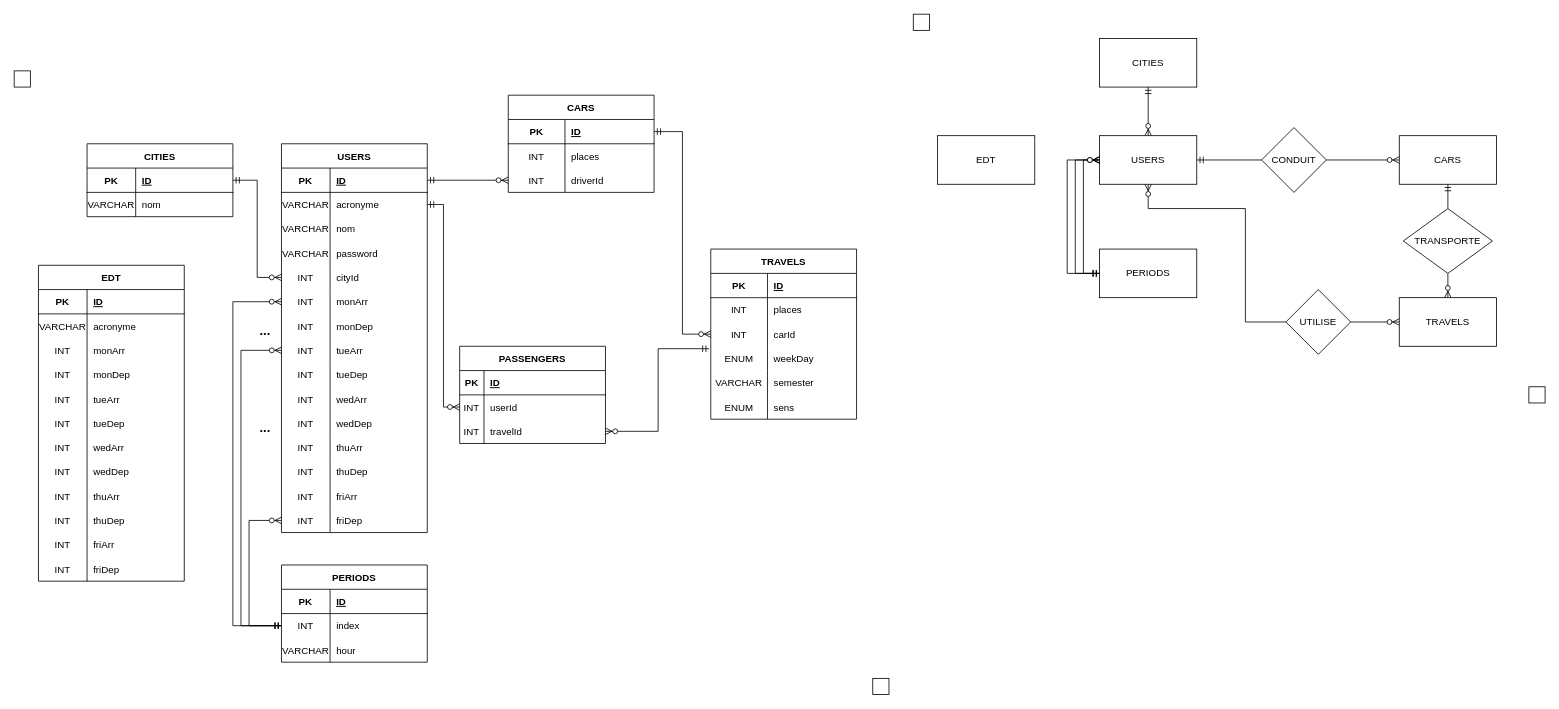
Above: Documents/mld.drawio in Jerome-JJT/CPNVoiturage (draw.io), before the change. Source tidied: cells renumbered, new cells numbered last; positions are measured from the earlier drawing's top-left corner, leaving out a move shared by most shapes. Both pictures are drawn from the tidied source at 81%, with x=0, y=0 at pixel (14, 14).
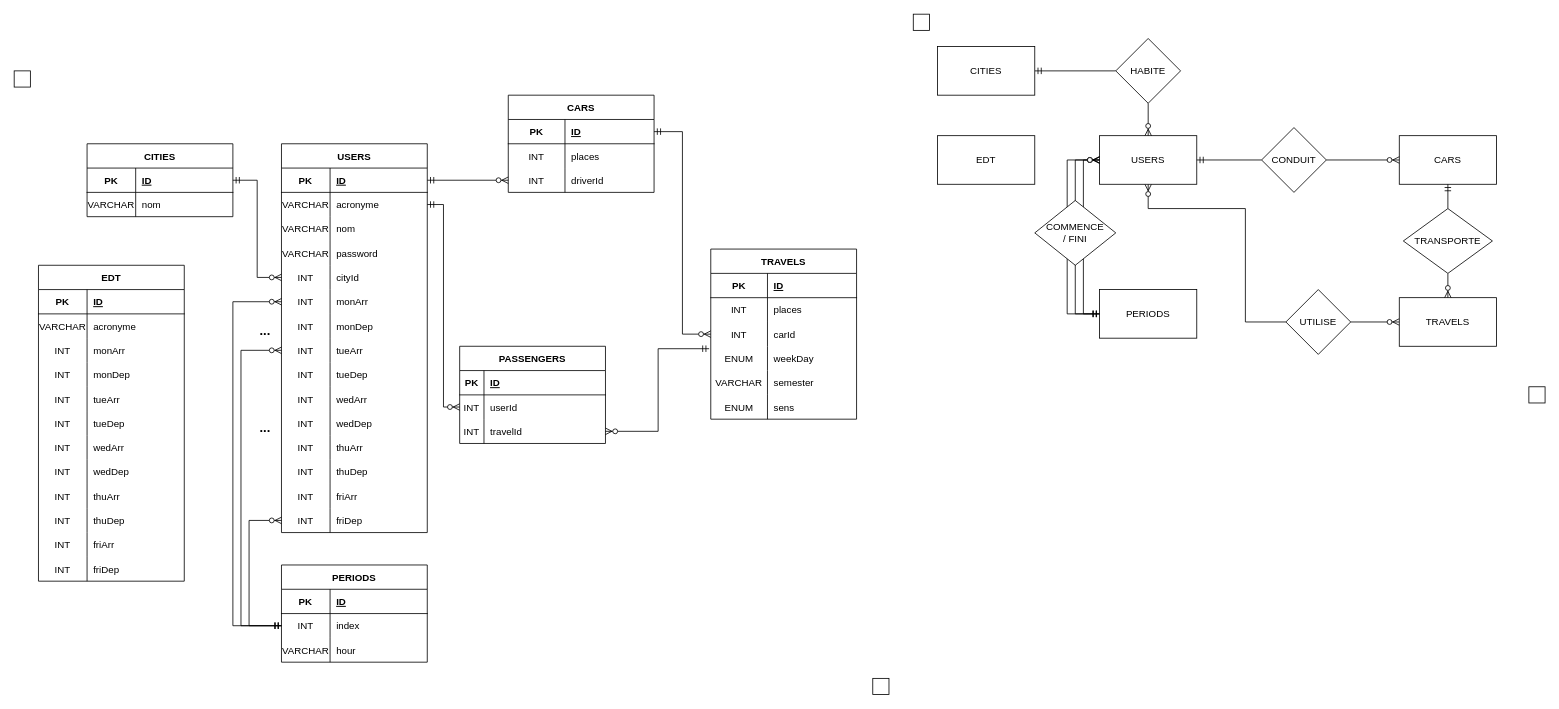
After the change.

Unchanged cells that the change refers to:
```xml
<mxCell id="79" value="USERS" style="rounded=0;whiteSpace=wrap;html=1;" parent="1" vertex="1">
  <mxGeometry x="1340" y="150" width="120" height="60" as="geometry" />
</mxCell>
```

Diff of the diagram source:
```diff
@@
-    <mxCell id="78" style="edgeStyle=orthogonalEdgeStyle;rounded=0;jettySize=auto;html=1;exitX=0.5;exitY=0;exitDx=0;exitDy=0;entryX=0.5;entryY=1;entryDx=0;entryDy=0;startArrow=ERzeroToMany;startFill=1;endArrow=ERmandOne;endFill=0;" parent="1" edge="1" source="79" target="108">
+    <mxCell id="78" style="edgeStyle=orthogonalEdgeStyle;rounded=0;jettySize=auto;html=1;entryX=1;entryY=0.5;entryDx=0;entryDy=0;startArrow=none;startFill=0;endArrow=ERmandOne;endFill=0;" parent="1" edge="1" source="175" target="108">
       <mxGeometry relative="1" as="geometry" />
     </mxCell>
@@
     <mxCell id="108" value="CITIES" style="rounded=0;whiteSpace=wrap;html=1;" parent="1" vertex="1">
-      <mxGeometry x="1340" y="30" width="120" height="60" as="geometry" />
+      <mxGeometry x="1140" y="40" width="120" height="60" as="geometry" />
     </mxCell>
@@
     <mxCell id="170" value="PERIODS" style="rounded=0;whiteSpace=wrap;html=1;" parent="1" vertex="1">
-      <mxGeometry x="1340" y="290" width="120" height="60" as="geometry" />
+      <mxGeometry x="1340" y="340" width="120" height="60" as="geometry" />
     </mxCell>
     <mxCell id="171" style="edgeStyle=orthogonalEdgeStyle;rounded=0;jettySize=auto;html=1;exitX=0;exitY=0.5;exitDx=0;exitDy=0;entryX=0;entryY=0.5;entryDx=0;entryDy=0;startArrow=ERmandOne;startFill=0;endArrow=ERzeroToMany;endFill=1;" parent="1" edge="1" source="170" target="79">
       <mxGeometry relative="1" as="geometry">
         <Array as="points">
-          <mxPoint x="1310" y="320" />
+          <mxPoint x="1310" y="370" />
           <mxPoint x="1310" y="180" />
         </Array>
       </mxGeometry>
     </mxCell>
     <mxCell id="172" style="edgeStyle=orthogonalEdgeStyle;rounded=0;jettySize=auto;html=1;exitX=0;exitY=0.5;exitDx=0;exitDy=0;entryX=0;entryY=0.5;entryDx=0;entryDy=0;startArrow=ERmandOne;startFill=0;endArrow=ERzeroToMany;endFill=1;" parent="1" edge="1" source="170" target="79">
       <mxGeometry relative="1" as="geometry">
         <Array as="points">
-          <mxPoint x="1300" y="320" />
+          <mxPoint x="1300" y="370" />
           <mxPoint x="1300" y="180" />
         </Array>
       </mxGeometry>
     </mxCell>
@@
+    <mxCell id="174" value="COMMENCE&lt;br&gt;/ FINI" style="rhombus;whiteSpace=wrap;html=1;" parent="1" vertex="1">
+      <mxGeometry x="1260" y="230" width="100" height="80" as="geometry" />
+    </mxCell>
+    <mxCell id="175" value="HABITE" style="rhombus;whiteSpace=wrap;html=1;" parent="1" vertex="1">
+      <mxGeometry x="1360" y="30" width="80" height="80" as="geometry" />
+    </mxCell>
+    <mxCell id="176" style="edgeStyle=orthogonalEdgeStyle;rounded=0;jettySize=auto;html=1;exitX=0.5;exitY=0;exitDx=0;exitDy=0;entryX=0.5;entryY=1;entryDx=0;entryDy=0;startArrow=ERzeroToMany;startFill=1;endArrow=none;endFill=0;" parent="1" edge="1" source="79" target="175">
+      <mxGeometry relative="1" as="geometry" />
+    </mxCell>
```
